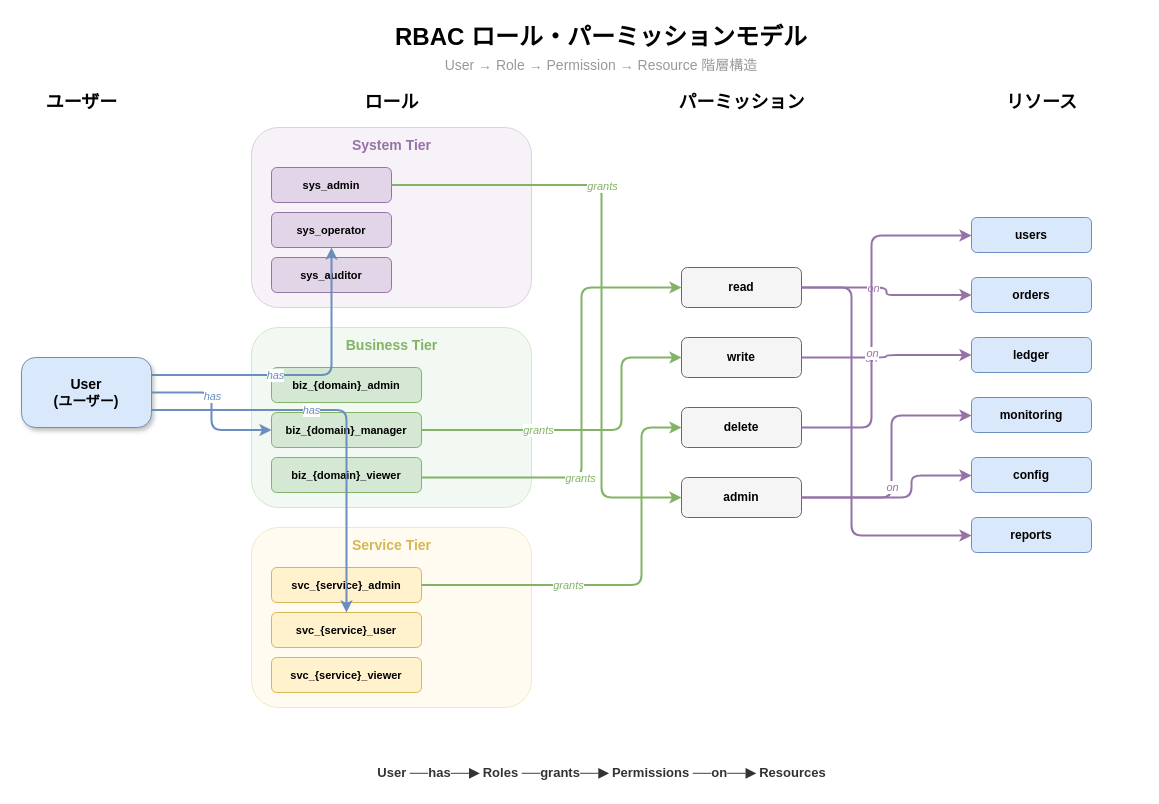
Above: docs/architecture/auth/images/rbac-role-permission-model.drawio in RyuheiKiso/k1s0 (draw.io), before the change. Source tidied: cells renumbered, new cells numbered last; positions are measured from the earlier drawing's top-left corner, leaving out a move shared by most shapes. Both pictures are drawn from the tidied source at 100%, with x=0, y=0 at pixel (21, 17).
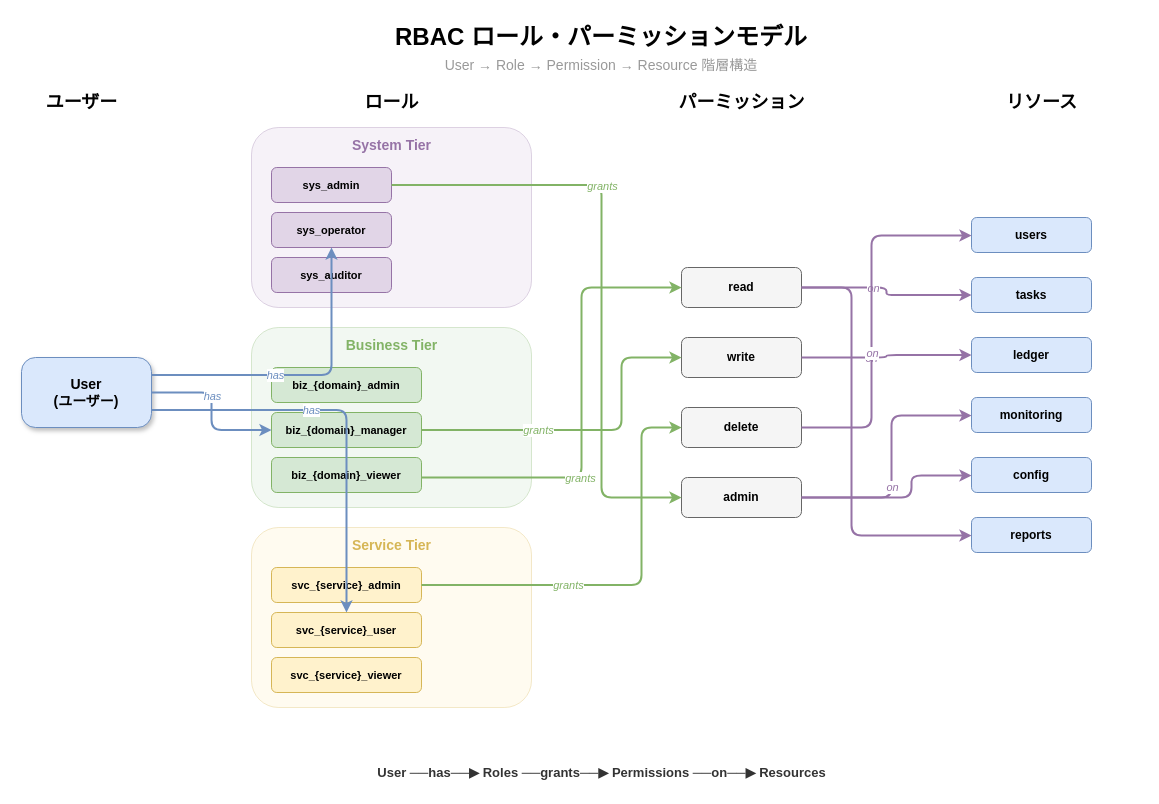
After the change.

The edit, as a diff of the source:
```diff
@@
-    <mxCell id="29" value="orders" style="rounded=1;whiteSpace=wrap;html=1;fillColor=#DAE8FC;strokeColor=#6C8EBF;fontSize=12;fontStyle=1;" parent="1" vertex="1">
+    <mxCell id="29" value="tasks" style="rounded=1;whiteSpace=wrap;html=1;fillColor=#DAE8FC;strokeColor=#6C8EBF;fontSize=12;fontStyle=1;" parent="1" vertex="1">
       <mxGeometry x="950" y="260" width="120" height="35" as="geometry" />
     </mxCell>
```
